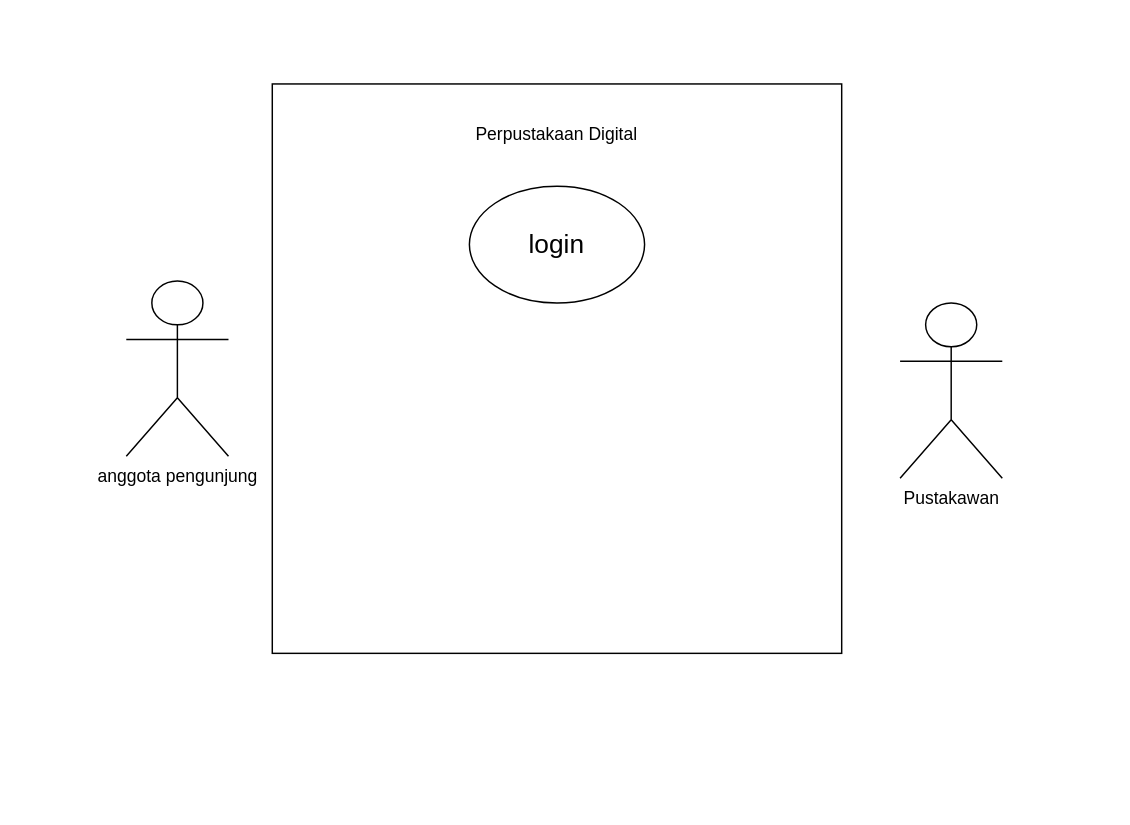
Above: perpus-digital.drawio in yydaaa/perpus_digital (draw.io), before the change. Source tidied: cells renumbered, new cells numbered last; positions are measured from the earlier drawing's top-left corner, leaving out a move shared by most shapes. Both pictures are drawn from the tidied source at 146%, with x=0, y=0 at pixel (126, 83).
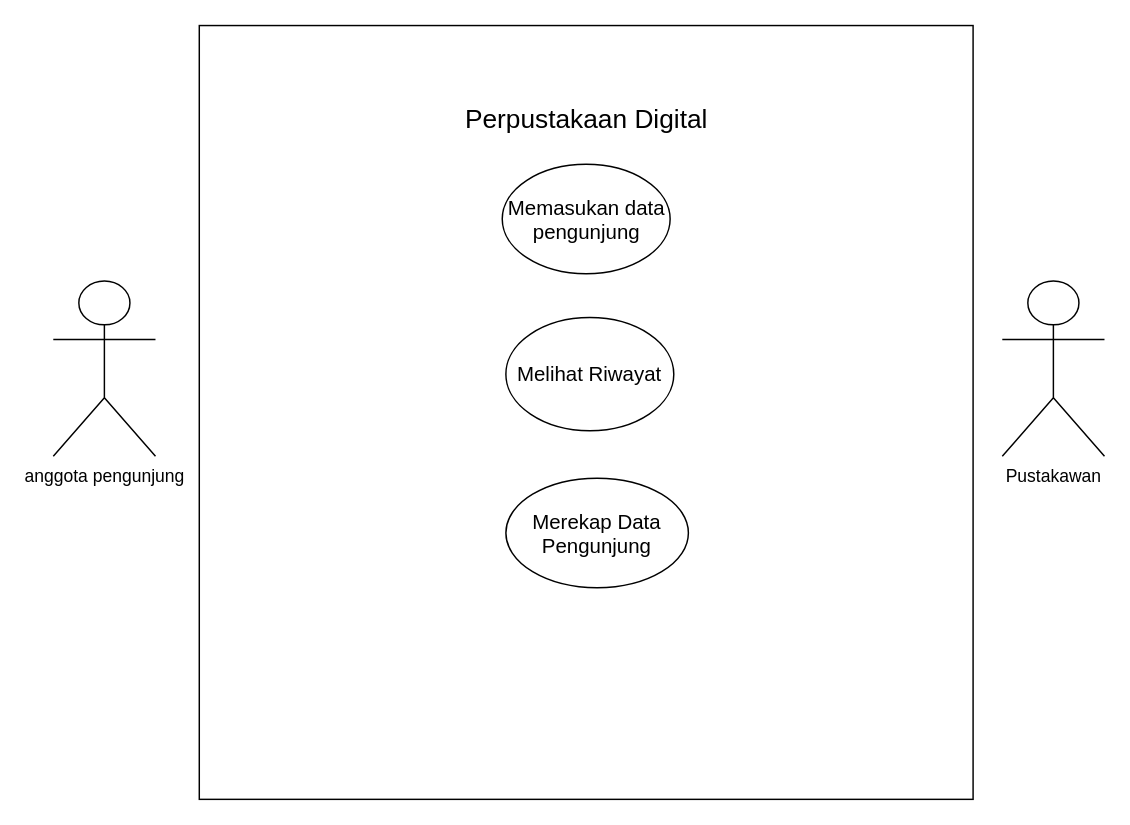
The same diagram, later.

Change to the diagram source:
```diff
@@
 <mxGraphModel>
   <root>
     <mxCell id="0" />
     <mxCell id="1" parent="0" />
     <mxCell id="2" value="anggota pengunjung" style="shape=umlActor;verticalLabelPosition=bottom;verticalAlign=top;html=1;" parent="1" vertex="1">
-      <mxGeometry y="135" width="70" height="120" as="geometry" />
+      <mxGeometry x="-50" y="135" width="70" height="120" as="geometry" />
     </mxCell>
     <mxCell id="3" style="whiteSpace=wrap;html=1;" parent="1" vertex="1">
-      <mxGeometry x="100" width="390" height="390" as="geometry" />
+      <mxGeometry x="50" y="-40" width="530" height="530" as="geometry" />
     </mxCell>
     <mxCell id="4" value="Pustakawan" style="shape=umlActor;verticalLabelPosition=bottom;verticalAlign=top;html=1;" parent="1" vertex="1">
-      <mxGeometry x="530" y="150" width="70" height="120" as="geometry" />
+      <mxGeometry x="600" y="135" width="70" height="120" as="geometry" />
     </mxCell>
-    <mxCell id="5" value="&lt;font style=&quot;font-size: 18px;&quot;&gt;login&lt;/font&gt;" style="ellipse;whiteSpace=wrap;html=1;" parent="1" vertex="1">
-      <mxGeometry x="235" y="70" width="120" height="80" as="geometry" />
+    <mxCell id="5" value="&lt;font style=&quot;font-size: 14px;&quot;&gt;Memasukan data pengunjung&lt;/font&gt;" style="ellipse;whiteSpace=wrap;html=1;" parent="1" vertex="1">
+      <mxGeometry x="257.5" y="55" width="115" height="75" as="geometry" />
     </mxCell>
-    <mxCell id="6" value="&lt;font style=&quot;font-size: 12px;&quot;&gt;Perpustakaan Digital&lt;/font&gt;" style="text;html=1;strokeColor=none;fillColor=none;align=center;verticalAlign=middle;whiteSpace=wrap;rounded=0;" parent="1" vertex="1">
-      <mxGeometry x="215" y="20" width="160" height="30" as="geometry" />
+    <mxCell id="6" value="&lt;font style=&quot;font-size: 18px;&quot;&gt;Perpustakaan Digital&lt;/font&gt;" style="text;html=1;strokeColor=none;fillColor=none;align=center;verticalAlign=middle;whiteSpace=wrap;rounded=0;" parent="1" vertex="1">
+      <mxGeometry x="217.5" y="10" width="195" height="30" as="geometry" />
     </mxCell>
+    <mxCell id="7" value="&lt;span style=&quot;font-size: 14px;&quot;&gt;Melihat Riwayat&lt;/span&gt;" style="ellipse;whiteSpace=wrap;html=1;" parent="1" vertex="1">
+      <mxGeometry x="260" y="160" width="115" height="77.5" as="geometry" />
+    </mxCell>
+    <mxCell id="8" value="&lt;span style=&quot;font-size: 14px;&quot;&gt;Merekap Data Pengunjung&lt;/span&gt;" style="ellipse;whiteSpace=wrap;html=1;" parent="1" vertex="1">
+      <mxGeometry x="260" y="270" width="125" height="75" as="geometry" />
+    </mxCell>
   </root>
 </mxGraphModel>
```
